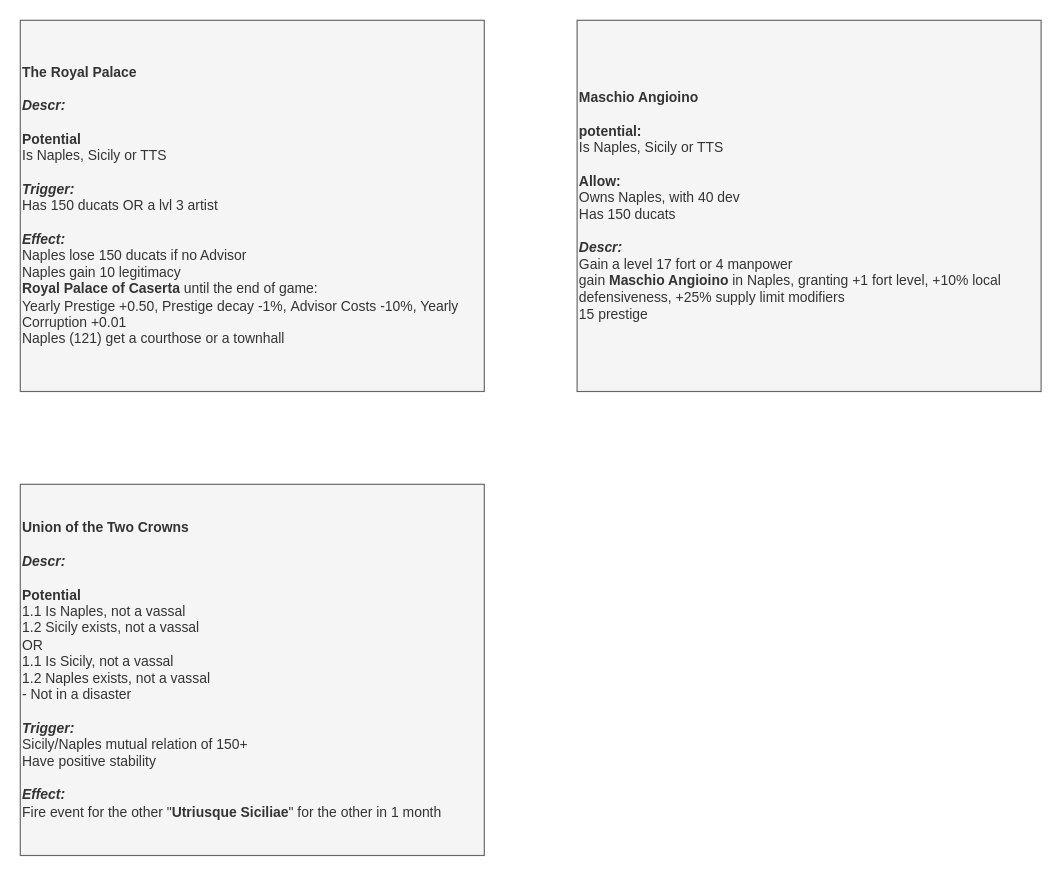
The draw.io diagram page "Decision" (5 of 6) of It's Pizza and Cannoli Time/It's Pizza and Cannoli Time.drawio in Melvasul/Missions-Expanded, before the edit. Source tidied: cells renumbered, new cells numbered last; positions are measured from the earlier drawing's top-left corner, leaving out a move shared by most shapes. Both pictures are drawn from the tidied source at 116%, with x=0, y=0 at pixel (20, 20).
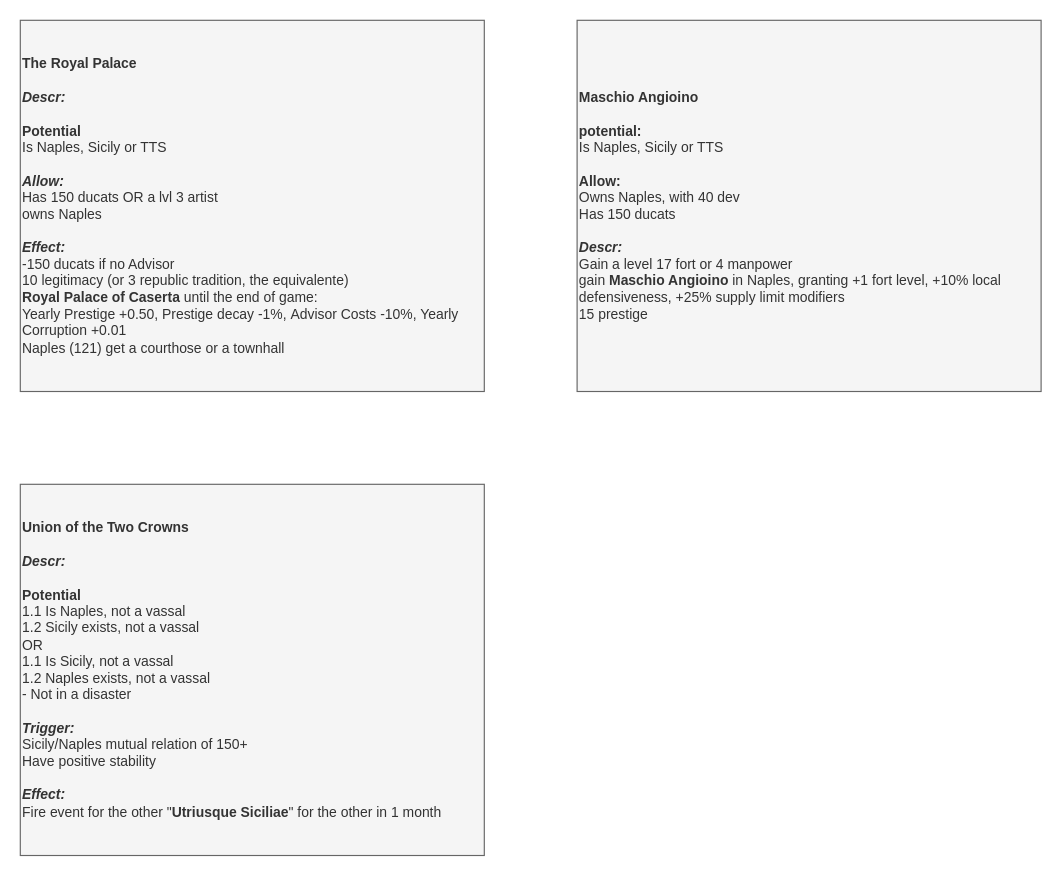
After the change.

Diff of the diagram source:
```diff
@@
 <mxGraphModel>
   <root>
     <mxCell id="0" />
     <mxCell id="1" parent="0" />
-    <mxCell id="2" value="&lt;div style=&quot;font-size: 12px&quot; align=&quot;left&quot;&gt;&lt;font style=&quot;font-size: 12px&quot;&gt;&lt;b style=&quot;font-size: 12px&quot;&gt;&lt;font style=&quot;font-size: 12px&quot;&gt;The Royal Palace&lt;/font&gt;&lt;/b&gt;&lt;/font&gt;&lt;/div&gt;&lt;div style=&quot;font-size: 12px&quot; align=&quot;left&quot;&gt;&lt;font style=&quot;font-size: 12px&quot;&gt;&lt;b style=&quot;font-size: 12px&quot;&gt;&lt;font style=&quot;font-size: 12px&quot;&gt;&lt;br style=&quot;font-size: 12px&quot;&gt;&lt;/font&gt;&lt;/b&gt;&lt;/font&gt;&lt;/div&gt;&lt;div style=&quot;font-size: 12px&quot; align=&quot;left&quot;&gt;&lt;font style=&quot;font-size: 12px&quot;&gt;&lt;span style=&quot;font-size: 12px&quot;&gt;&lt;font style=&quot;font-size: 12px&quot;&gt;&lt;i style=&quot;font-size: 12px&quot;&gt;&lt;b style=&quot;font-size: 12px&quot;&gt;Descr:&lt;/b&gt;&lt;/i&gt;&lt;/font&gt;&lt;/span&gt;&lt;/font&gt;&lt;/div&gt;&lt;div style=&quot;font-size: 12px&quot; align=&quot;left&quot;&gt;&lt;div align=&quot;left&quot; style=&quot;font-size: 12px&quot;&gt;&lt;br&gt;&lt;/div&gt;&lt;div align=&quot;left&quot; style=&quot;font-size: 12px&quot;&gt;&lt;b&gt;Potential&lt;/b&gt;&lt;/div&gt;&lt;div align=&quot;left&quot; style=&quot;font-size: 12px&quot;&gt;Is Naples, Sicily or TTS&lt;br&gt;&lt;/div&gt;&lt;div align=&quot;left&quot; style=&quot;font-size: 12px&quot;&gt;&lt;br&gt;&lt;/div&gt;&lt;/div&gt;&lt;div style=&quot;font-size: 12px&quot; align=&quot;left&quot;&gt;&lt;font style=&quot;font-size: 12px&quot;&gt;&lt;b style=&quot;font-size: 12px&quot;&gt;&lt;i style=&quot;font-size: 12px&quot;&gt;Trigger:&lt;/i&gt;&lt;/b&gt;&lt;/font&gt;&lt;/div&gt;&lt;div style=&quot;font-size: 12px&quot; align=&quot;left&quot;&gt;Has 150 ducats OR a lvl 3 artist&lt;/div&gt;&lt;div style=&quot;font-size: 12px&quot; align=&quot;left&quot;&gt;&lt;br&gt;&lt;/div&gt;&lt;div style=&quot;font-size: 12px&quot; align=&quot;left&quot;&gt;&lt;font style=&quot;font-size: 12px&quot;&gt;&lt;font style=&quot;font-size: 12px&quot;&gt;&lt;b style=&quot;font-size: 12px&quot;&gt;&lt;i style=&quot;font-size: 12px&quot;&gt;Effect:&lt;/i&gt;&lt;/b&gt;&lt;/font&gt;&lt;/font&gt;&lt;/div&gt;&lt;div style=&quot;font-size: 12px&quot; align=&quot;left&quot;&gt;Naples lose 150 ducats if no Advisor&lt;/div&gt;&lt;div style=&quot;font-size: 12px&quot; align=&quot;left&quot;&gt;Naples gain 10 legitimacy&lt;/div&gt;&lt;div style=&quot;font-size: 12px&quot; align=&quot;left&quot;&gt;&lt;b&gt;Royal Palace of Caserta &lt;/b&gt;until the end of game:&lt;/div&gt;&lt;div style=&quot;font-size: 12px&quot; align=&quot;left&quot;&gt;&lt;div align=&quot;left&quot;&gt;Yearly Prestige +0.50,&amp;nbsp;&lt;span&gt;Prestige decay -1%,&lt;/span&gt;&lt;span&gt;&amp;nbsp;&lt;/span&gt;&lt;span&gt;Advisor Costs -10%, Yearly Corruption +0.01&lt;/span&gt;&lt;/div&gt;&lt;div align=&quot;left&quot;&gt;&lt;span&gt;Naples (121)&amp;nbsp;&lt;/span&gt;&lt;span&gt;get a courthose or a townhall&lt;/span&gt;&lt;br&gt;&lt;/div&gt;&lt;/div&gt;" style="rounded=0;whiteSpace=wrap;html=1;align=left;fontSize=12;fillColor=#f5f5f5;strokeColor=#666666;fontColor=#333333;" parent="1" vertex="1">
+    <mxCell id="2" value="&lt;div style=&quot;font-size: 12px&quot; align=&quot;left&quot;&gt;&lt;font style=&quot;font-size: 12px&quot;&gt;&lt;b style=&quot;font-size: 12px&quot;&gt;&lt;font style=&quot;font-size: 12px&quot;&gt;The Royal Palace&lt;/font&gt;&lt;/b&gt;&lt;/font&gt;&lt;/div&gt;&lt;div style=&quot;font-size: 12px&quot; align=&quot;left&quot;&gt;&lt;font style=&quot;font-size: 12px&quot;&gt;&lt;b style=&quot;font-size: 12px&quot;&gt;&lt;font style=&quot;font-size: 12px&quot;&gt;&lt;br style=&quot;font-size: 12px&quot;&gt;&lt;/font&gt;&lt;/b&gt;&lt;/font&gt;&lt;/div&gt;&lt;div style=&quot;font-size: 12px&quot; align=&quot;left&quot;&gt;&lt;font style=&quot;font-size: 12px&quot;&gt;&lt;span style=&quot;font-size: 12px&quot;&gt;&lt;font style=&quot;font-size: 12px&quot;&gt;&lt;i style=&quot;font-size: 12px&quot;&gt;&lt;b style=&quot;font-size: 12px&quot;&gt;Descr:&lt;/b&gt;&lt;/i&gt;&lt;/font&gt;&lt;/span&gt;&lt;/font&gt;&lt;/div&gt;&lt;div style=&quot;font-size: 12px&quot; align=&quot;left&quot;&gt;&lt;div align=&quot;left&quot; style=&quot;font-size: 12px&quot;&gt;&lt;br&gt;&lt;/div&gt;&lt;div align=&quot;left&quot; style=&quot;font-size: 12px&quot;&gt;&lt;b&gt;Potential&lt;/b&gt;&lt;/div&gt;&lt;div align=&quot;left&quot; style=&quot;font-size: 12px&quot;&gt;Is Naples, Sicily or TTS&lt;br&gt;&lt;/div&gt;&lt;div align=&quot;left&quot; style=&quot;font-size: 12px&quot;&gt;&lt;br&gt;&lt;/div&gt;&lt;/div&gt;&lt;div style=&quot;font-size: 12px&quot; align=&quot;left&quot;&gt;&lt;font style=&quot;font-size: 12px&quot;&gt;&lt;b style=&quot;font-size: 12px&quot;&gt;&lt;i style=&quot;font-size: 12px&quot;&gt;Allow:&lt;/i&gt;&lt;/b&gt;&lt;/font&gt;&lt;/div&gt;&lt;div style=&quot;font-size: 12px&quot; align=&quot;left&quot;&gt;Has 150 ducats OR a lvl 3 artist&lt;/div&gt;&lt;div style=&quot;font-size: 12px&quot; align=&quot;left&quot;&gt;owns Naples&lt;/div&gt;&lt;div style=&quot;font-size: 12px&quot; align=&quot;left&quot;&gt;&lt;br&gt;&lt;/div&gt;&lt;div style=&quot;font-size: 12px&quot; align=&quot;left&quot;&gt;&lt;font style=&quot;font-size: 12px&quot;&gt;&lt;font style=&quot;font-size: 12px&quot;&gt;&lt;b style=&quot;font-size: 12px&quot;&gt;&lt;i style=&quot;font-size: 12px&quot;&gt;Effect:&lt;/i&gt;&lt;/b&gt;&lt;/font&gt;&lt;/font&gt;&lt;/div&gt;&lt;div style=&quot;font-size: 12px&quot; align=&quot;left&quot;&gt;-150 ducats if no Advisor&lt;/div&gt;&lt;div style=&quot;font-size: 12px&quot; align=&quot;left&quot;&gt;10 legitimacy (or 3 republic tradition, the equivalente)&lt;/div&gt;&lt;div style=&quot;font-size: 12px&quot; align=&quot;left&quot;&gt;&lt;b&gt;Royal Palace of Caserta &lt;/b&gt;until the end of game:&lt;/div&gt;&lt;div style=&quot;font-size: 12px&quot; align=&quot;left&quot;&gt;&lt;div align=&quot;left&quot;&gt;Yearly Prestige +0.50,&amp;nbsp;&lt;span&gt;Prestige decay -1%,&lt;/span&gt;&lt;span&gt;&amp;nbsp;&lt;/span&gt;&lt;span&gt;Advisor Costs -10%, Yearly Corruption +0.01&lt;/span&gt;&lt;/div&gt;&lt;div align=&quot;left&quot;&gt;&lt;span&gt;Naples (121)&amp;nbsp;&lt;/span&gt;&lt;span&gt;get a courthose or a townhall&lt;/span&gt;&lt;br&gt;&lt;/div&gt;&lt;/div&gt;" style="rounded=0;whiteSpace=wrap;html=1;align=left;fontSize=12;fillColor=#f5f5f5;strokeColor=#666666;fontColor=#333333;" parent="1" vertex="1">
       <mxGeometry width="400" height="320" as="geometry" />
     </mxCell>
     <mxCell id="3" value="&lt;div style=&quot;font-size: 12px&quot; align=&quot;left&quot;&gt;&lt;font style=&quot;font-size: 12px&quot;&gt;&lt;b style=&quot;font-size: 12px&quot;&gt;&lt;font style=&quot;font-size: 12px&quot;&gt;Union of the Two Crowns&lt;/font&gt;&lt;/b&gt;&lt;/font&gt;&lt;/div&gt;&lt;div style=&quot;font-size: 12px&quot; align=&quot;left&quot;&gt;&lt;font style=&quot;font-size: 12px&quot;&gt;&lt;b style=&quot;font-size: 12px&quot;&gt;&lt;font style=&quot;font-size: 12px&quot;&gt;&lt;br style=&quot;font-size: 12px&quot;&gt;&lt;/font&gt;&lt;/b&gt;&lt;/font&gt;&lt;/div&gt;&lt;div style=&quot;font-size: 12px&quot; align=&quot;left&quot;&gt;&lt;font style=&quot;font-size: 12px&quot;&gt;&lt;span style=&quot;font-size: 12px&quot;&gt;&lt;font style=&quot;font-size: 12px&quot;&gt;&lt;i style=&quot;font-size: 12px&quot;&gt;&lt;b style=&quot;font-size: 12px&quot;&gt;Descr:&lt;/b&gt;&lt;/i&gt;&lt;/font&gt;&lt;/span&gt;&lt;/font&gt;&lt;/div&gt;&lt;div style=&quot;font-size: 12px&quot; align=&quot;left&quot;&gt;&lt;div align=&quot;left&quot; style=&quot;font-size: 12px&quot;&gt;&lt;br&gt;&lt;/div&gt;&lt;div align=&quot;left&quot; style=&quot;font-size: 12px&quot;&gt;&lt;b&gt;Potential&lt;/b&gt;&lt;/div&gt;&lt;div align=&quot;left&quot; style=&quot;font-size: 12px&quot;&gt;1.1 Is Naples, not a vassal&lt;/div&gt;&lt;div align=&quot;left&quot; style=&quot;font-size: 12px&quot;&gt;1.2 Sicily exists, not a vassal&lt;/div&gt;&lt;div align=&quot;left&quot; style=&quot;font-size: 12px&quot;&gt;OR&lt;/div&gt;&lt;div align=&quot;left&quot; style=&quot;font-size: 12px&quot;&gt;1.1 Is Sicily, not a vassal&lt;/div&gt;&lt;div align=&quot;left&quot; style=&quot;font-size: 12px&quot;&gt;1.2 Naples exists, not a vassal&lt;/div&gt;&lt;div align=&quot;left&quot; style=&quot;font-size: 12px&quot;&gt;- Not in a disaster&lt;/div&gt;&lt;div align=&quot;left&quot; style=&quot;font-size: 12px&quot;&gt;&lt;br&gt;&lt;/div&gt;&lt;/div&gt;&lt;div style=&quot;font-size: 12px&quot; align=&quot;left&quot;&gt;&lt;font style=&quot;font-size: 12px&quot;&gt;&lt;b style=&quot;font-size: 12px&quot;&gt;&lt;i style=&quot;font-size: 12px&quot;&gt;Trigger:&lt;/i&gt;&lt;/b&gt;&lt;/font&gt;&lt;/div&gt;&lt;div style=&quot;font-size: 12px&quot; align=&quot;left&quot;&gt;Sicily/Naples mutual relation of 150+&lt;br&gt;&lt;/div&gt;&lt;div style=&quot;font-size: 12px&quot; align=&quot;left&quot;&gt;Have positive stability&lt;/div&gt;&lt;div style=&quot;font-size: 12px&quot; align=&quot;left&quot;&gt;&lt;br&gt;&lt;/div&gt;&lt;div style=&quot;font-size: 12px&quot; align=&quot;left&quot;&gt;&lt;font style=&quot;font-size: 12px&quot;&gt;&lt;font style=&quot;font-size: 12px&quot;&gt;&lt;b style=&quot;font-size: 12px&quot;&gt;&lt;i style=&quot;font-size: 12px&quot;&gt;Effect:&lt;/i&gt;&lt;/b&gt;&lt;/font&gt;&lt;/font&gt;&lt;/div&gt;&lt;div style=&quot;font-size: 12px&quot; align=&quot;left&quot;&gt;Fire event for the other &quot;&lt;b&gt;Utriusque Siciliae&lt;/b&gt;&quot; for the other in 1 month&lt;/div&gt;" style="rounded=0;whiteSpace=wrap;html=1;align=left;fontSize=12;fillColor=#f5f5f5;strokeColor=#666666;fontColor=#333333;" parent="1" vertex="1">
       <mxGeometry y="400" width="400" height="320" as="geometry" />
     </mxCell>
     <mxCell id="4" value="&lt;div style=&quot;font-size: 12px&quot;&gt;&lt;b&gt;Maschio Angioino&lt;/b&gt;&lt;/div&gt;&lt;div style=&quot;font-size: 12px&quot;&gt;&lt;b&gt;&lt;br&gt;&lt;/b&gt;&lt;/div&gt;&lt;div style=&quot;font-size: 12px&quot;&gt;&lt;b&gt;potential:&lt;/b&gt;&lt;/div&gt;&lt;div style=&quot;font-size: 12px&quot;&gt;Is Naples, Sicily or TTS&lt;/div&gt;&lt;div style=&quot;font-size: 12px&quot;&gt;&lt;b&gt;&lt;br&gt;&lt;/b&gt;&lt;/div&gt;&lt;div style=&quot;font-size: 12px&quot;&gt;&lt;b&gt;Allow:&lt;/b&gt;&lt;/div&gt;&lt;div style=&quot;font-size: 12px&quot;&gt;Owns Naples, with 40 dev&lt;/div&gt;&lt;div style=&quot;font-size: 12px&quot;&gt;Has 150 ducats&lt;/div&gt;&lt;div style=&quot;font-size: 12px&quot;&gt;&lt;b&gt;&lt;br&gt;&lt;/b&gt;&lt;/div&gt;&lt;div&gt;&lt;font&gt;&lt;div style=&quot;font-size: 12px&quot;&gt;&lt;b style=&quot;font-size: 12px&quot;&gt;&lt;i style=&quot;font-size: 12px&quot;&gt;Descr:&amp;nbsp;&lt;/i&gt;&lt;/b&gt;&lt;/div&gt;&lt;/font&gt;&lt;/div&gt;&lt;div style=&quot;font-size: 12px&quot;&gt;&lt;/div&gt;&lt;font&gt;Gain a level 17 fort or 4 manpower&lt;br&gt;gain &lt;b&gt;Maschio Angioino&lt;/b&gt;&amp;nbsp;in Naples, granting +1 fort level, +10% local defensiveness, +25% supply limit modifiers&lt;br&gt;15 prestige&lt;br&gt;&lt;/font&gt;" style="rounded=0;whiteSpace=wrap;html=1;align=left;fontSize=12;fillColor=#f5f5f5;strokeColor=#666666;fontColor=#333333;fontFamily=Helvetica;" parent="1" vertex="1">
       <mxGeometry x="480" width="400" height="320" as="geometry" />
     </mxCell>
   </root>
 </mxGraphModel>
```
